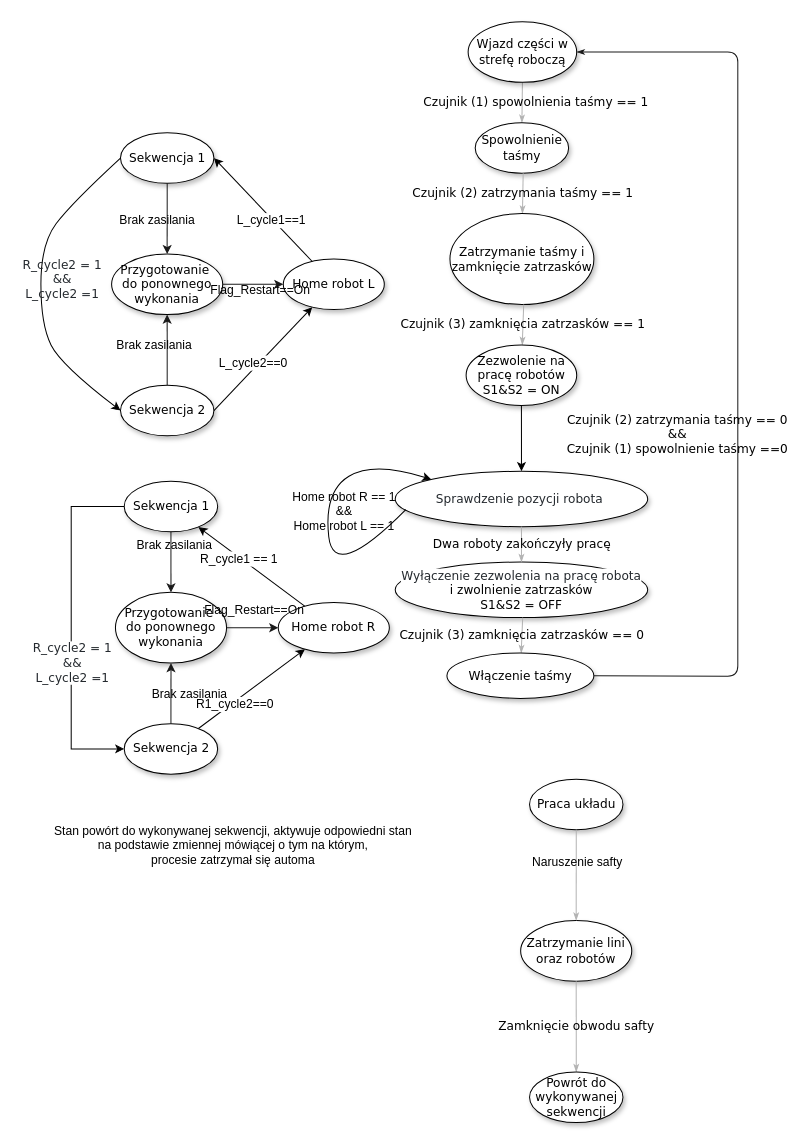
Jakub-Bielawski/P_TS keeps this draw.io diagram as Graf_Safty_Edit.drawio. Above is the earlier version. Source tidied: cells renumbered, new cells numbered last; positions are measured from the earlier drawing's top-left corner, leaving out a move shared by most shapes. Both pictures are drawn from the tidied source at 101%, with x=0, y=0 at pixel (20, 21).
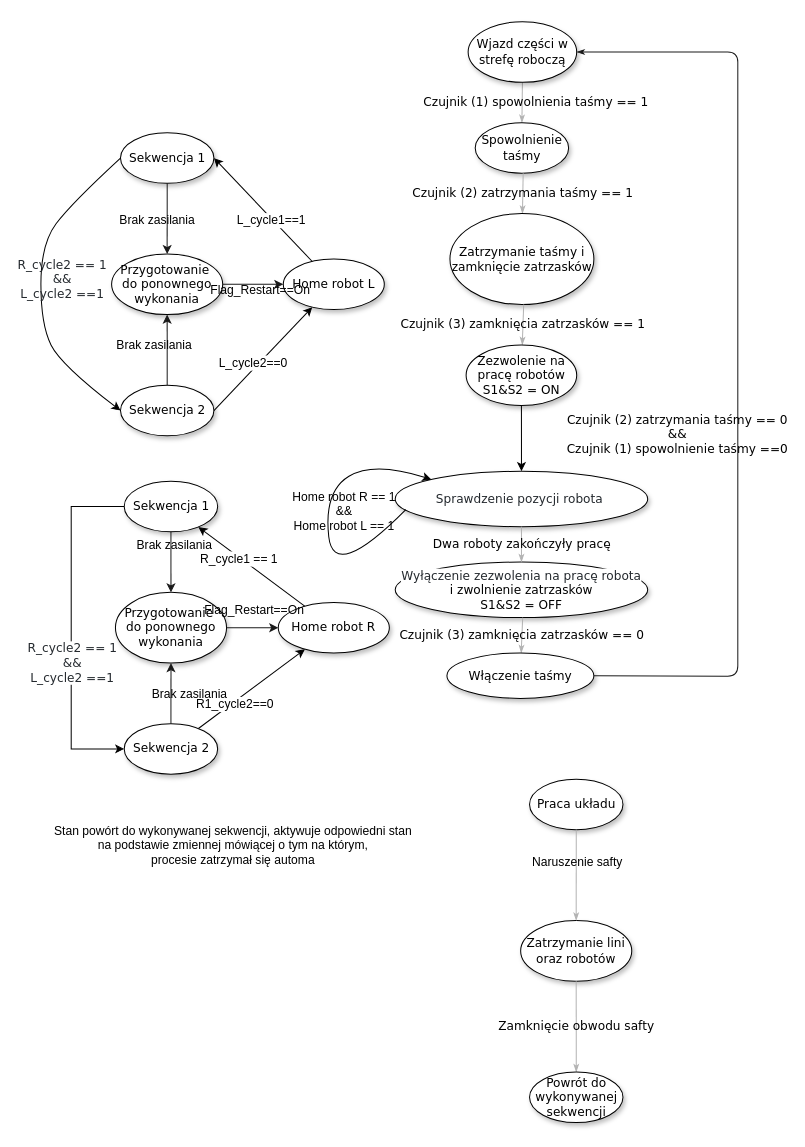
The same diagram, later.

Unchanged cells that the change refers to:
```xml
<mxCell id="24" style="curved=1;endArrow=classic;html=1;exitX=0;exitY=0.5;exitDx=0;exitDy=0;entryX=0;entryY=0.5;entryDx=0;entryDy=0;" parent="1" edge="1" source="22" target="23">
  <mxGeometry relative="1" as="geometry">
    <Array as="points">
      <mxPoint x="50" y="180" />
      <mxPoint x="20" y="220" />
      <mxPoint x="20" y="300" />
      <mxPoint x="40" y="340" />
    </Array>
  </mxGeometry>
</mxCell>
<mxCell id="28" style="edgeStyle=orthogonalEdgeStyle;rounded=0;jettySize=auto;html=1;" parent="1" edge="1" source="30" target="31">
  <mxGeometry relative="1" as="geometry">
    <Array as="points">
      <mxPoint x="50" y="480" />
      <mxPoint x="50" y="720" />
    </Array>
  </mxGeometry>
</mxCell>
```

What changed in the source:
```diff
@@
-    <mxCell id="25" value="&lt;span style=&quot;color: rgb(36 , 41 , 46) ; font-family: &amp;#34;verdana&amp;#34; ; white-space: pre&quot;&gt;R_cycle2 = 1&lt;br&gt;&lt;/span&gt;&lt;div&gt;&lt;span style=&quot;color: rgb(36 , 41 , 46) ; font-family: &amp;#34;verdana&amp;#34; ; white-space: pre&quot;&gt;&amp;amp;&amp;amp;&lt;/span&gt;&lt;/div&gt;&lt;div&gt;&lt;span style=&quot;color: rgb(36 , 41 , 46) ; font-family: &amp;#34;verdana&amp;#34; ; white-space: pre&quot;&gt;L_cycle2 =1&lt;br&gt;&lt;/span&gt;&lt;/div&gt;" style="text;html=1;align=center;verticalAlign=middle;labelBackgroundColor=none;" parent="24" vertex="1">
+    <mxCell id="25" value="&lt;span style=&quot;color: rgb(36 , 41 , 46) ; font-family: &amp;#34;verdana&amp;#34; ; white-space: pre&quot;&gt;R_cycle2 == 1&lt;br&gt;&lt;/span&gt;&lt;div&gt;&lt;span style=&quot;color: rgb(36 , 41 , 46) ; font-family: &amp;#34;verdana&amp;#34; ; white-space: pre&quot;&gt;&amp;amp;&amp;amp;&lt;/span&gt;&lt;/div&gt;&lt;div&gt;&lt;span style=&quot;color: rgb(36 , 41 , 46) ; font-family: &amp;#34;verdana&amp;#34; ; white-space: pre&quot;&gt;L_cycle2 ==1&lt;br&gt;&lt;/span&gt;&lt;/div&gt;" style="text;html=1;align=center;verticalAlign=middle;labelBackgroundColor=none;" parent="24" vertex="1">
       <mxGeometry x="-0.04" y="-5" relative="1" as="geometry">
         <mxPoint x="25" as="offset" />
       </mxGeometry>
     </mxCell>
@@
-    <mxCell id="29" value="&lt;span style=&quot;color: rgb(36 , 41 , 46) ; font-family: &amp;#34;verdana&amp;#34; ; white-space: pre&quot;&gt;R_cycle2 = 1&lt;br&gt;&lt;/span&gt;&lt;div&gt;&lt;span style=&quot;color: rgb(36 , 41 , 46) ; font-family: &amp;#34;verdana&amp;#34; ; white-space: pre&quot;&gt;&amp;amp;&amp;amp;&lt;/span&gt;&lt;/div&gt;&lt;div&gt;&lt;span style=&quot;color: rgb(36 , 41 , 46) ; font-family: &amp;#34;verdana&amp;#34; ; white-space: pre&quot;&gt;L_cycle2 =1&lt;br&gt;&lt;/span&gt;&lt;/div&gt;" style="text;html=1;align=center;verticalAlign=middle;labelBackgroundColor=#ffffff;" parent="28" vertex="1">
+    <mxCell id="29" value="&lt;span style=&quot;color: rgb(36 , 41 , 46) ; font-family: &amp;#34;verdana&amp;#34; ; white-space: pre&quot;&gt;R_cycle2 == 1&lt;br&gt;&lt;/span&gt;&lt;div&gt;&lt;span style=&quot;color: rgb(36 , 41 , 46) ; font-family: &amp;#34;verdana&amp;#34; ; white-space: pre&quot;&gt;&amp;amp;&amp;amp;&lt;/span&gt;&lt;/div&gt;&lt;div&gt;&lt;span style=&quot;color: rgb(36 , 41 , 46) ; font-family: &amp;#34;verdana&amp;#34; ; white-space: pre&quot;&gt;L_cycle2 ==1&lt;br&gt;&lt;/span&gt;&lt;/div&gt;" style="text;html=1;align=center;verticalAlign=middle;labelBackgroundColor=#ffffff;" parent="28" vertex="1">
       <mxGeometry x="-0.38" y="90" relative="1" as="geometry">
         <mxPoint x="-90" y="99.5" as="offset" />
       </mxGeometry>
     </mxCell>
```
